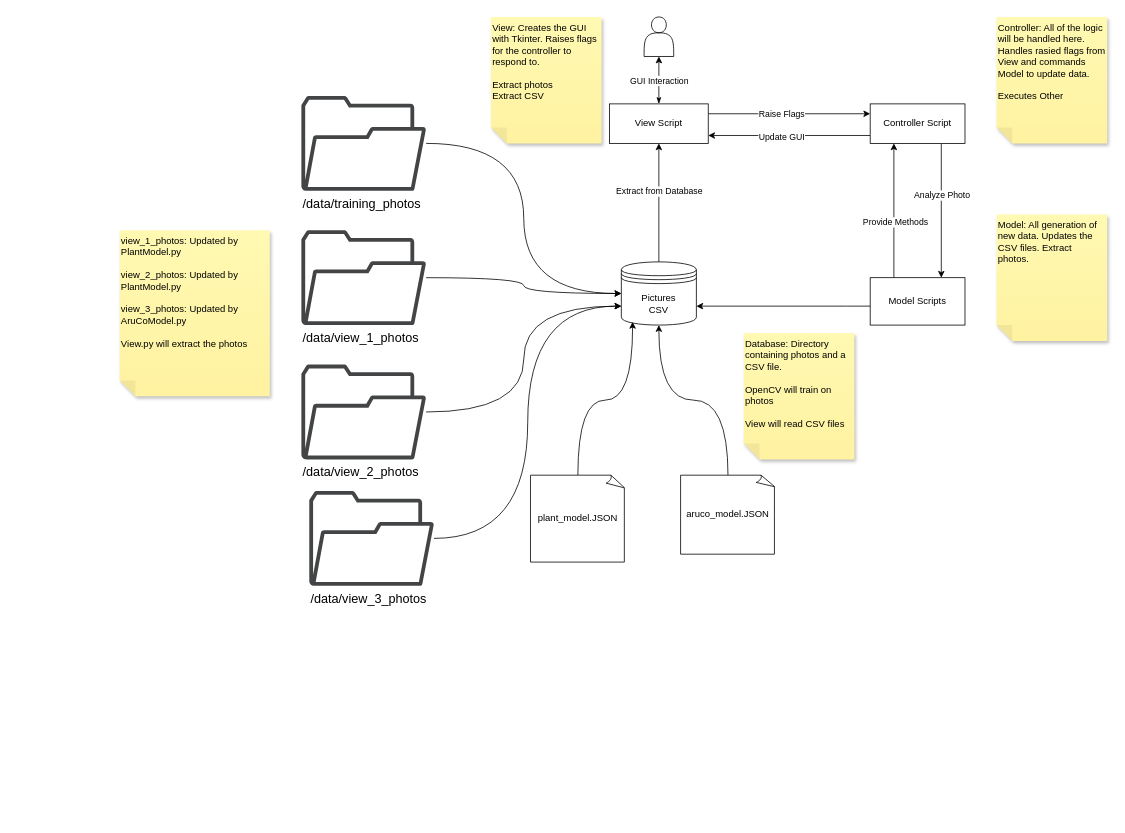
Above: page "System_Overview" (1 of 3) of docs/block_diagram_flower_growth_tracker.drawio in JovanyZepeda/miniature-doodle (draw.io), before the change. Source tidied: cells renumbered, new cells numbered last; positions are measured from the earlier drawing's top-left corner, leaving out a move shared by most shapes. Both pictures are drawn from the tidied source at 79%, with x=0, y=0 at pixel (119, 17).
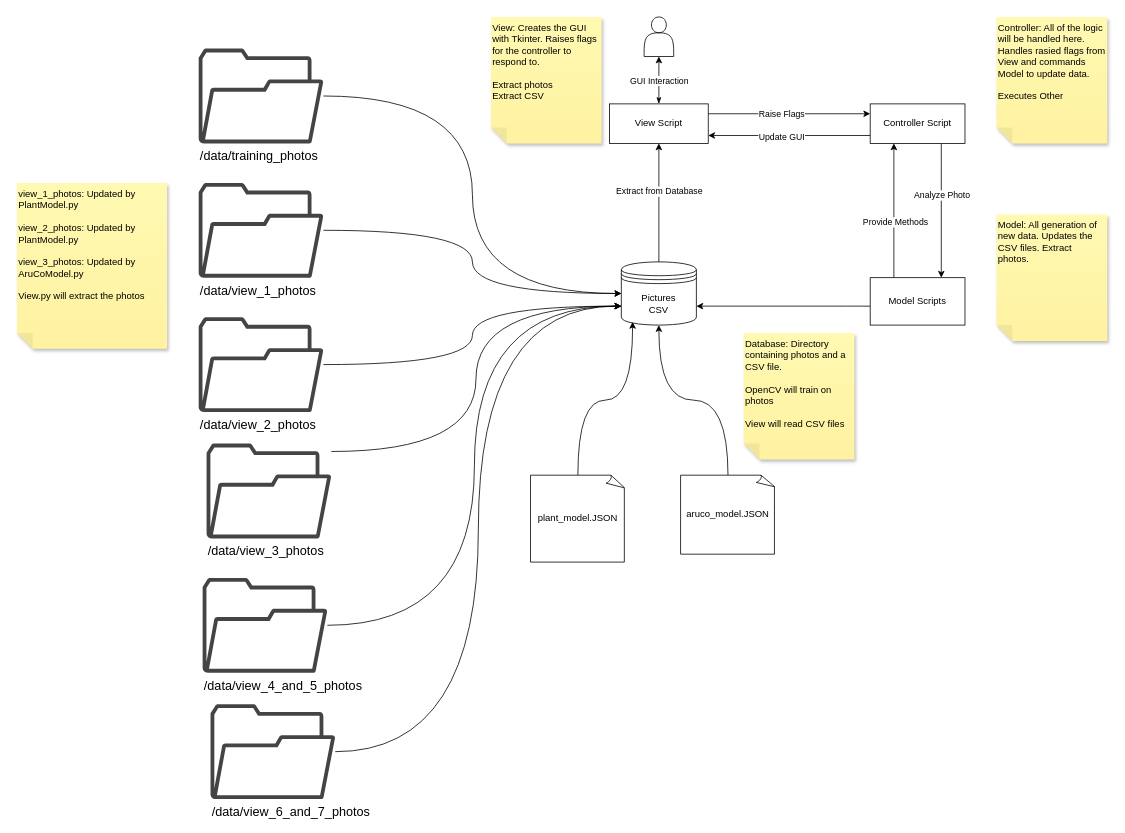
The same page after the edit.

Unchanged cells that the change refers to:
```xml
<mxCell id="15" value="Pictures&lt;br&gt;CSV" style="shape=datastore;whiteSpace=wrap;html=1;" parent="1" vertex="1">
  <mxGeometry x="635" y="310" width="95" height="80" as="geometry" />
</mxCell>
```

What changed in the source:
```diff
@@
     <mxCell id="29" value="/data/training_photos" style="sketch=0;shadow=0;dashed=0;html=1;strokeColor=none;fillColor=#434445;labelPosition=center;verticalLabelPosition=bottom;verticalAlign=top;align=left;outlineConnect=0;shape=mxgraph.vvd.folder;horizontal=1;fontSize=16;" parent="1" vertex="1">
-      <mxGeometry x="230" y="100" width="157.9" height="120" as="geometry" />
+      <mxGeometry x="100" y="40" width="157.9" height="120" as="geometry" />
     </mxCell>
@@
     <mxCell id="31" value="/data/view_1_photos" style="sketch=0;shadow=0;dashed=0;html=1;strokeColor=none;fillColor=#434445;labelPosition=center;verticalLabelPosition=bottom;verticalAlign=top;align=left;outlineConnect=0;shape=mxgraph.vvd.folder;horizontal=1;fontSize=16;" parent="1" vertex="1">
-      <mxGeometry x="230" y="270" width="157.9" height="120" as="geometry" />
+      <mxGeometry x="100" y="210" width="157.9" height="120" as="geometry" />
     </mxCell>
@@
     <mxCell id="33" value="/data/view_2_photos" style="sketch=0;shadow=0;dashed=0;html=1;strokeColor=none;fillColor=#434445;labelPosition=center;verticalLabelPosition=bottom;verticalAlign=top;align=left;outlineConnect=0;shape=mxgraph.vvd.folder;horizontal=1;fontSize=16;" parent="1" vertex="1">
-      <mxGeometry x="230" y="440" width="157.9" height="120" as="geometry" />
+      <mxGeometry x="100" y="380" width="157.9" height="120" as="geometry" />
     </mxCell>
     <mxCell id="34" style="edgeStyle=orthogonalEdgeStyle;rounded=0;jettySize=auto;html=1;entryX=0;entryY=0.7;entryDx=0;entryDy=0;curved=1;" parent="1" edge="1" source="35" target="15">
-      <mxGeometry relative="1" as="geometry" />
+      <mxGeometry relative="1" as="geometry">
+        <Array as="points">
+          <mxPoint x="451" y="550" />
+          <mxPoint x="451" y="366" />
+        </Array>
+      </mxGeometry>
     </mxCell>
     <mxCell id="35" value="/data/view_3_photos" style="sketch=0;shadow=0;dashed=0;html=1;strokeColor=none;fillColor=#434445;labelPosition=center;verticalLabelPosition=bottom;verticalAlign=top;align=left;outlineConnect=0;shape=mxgraph.vvd.folder;horizontal=1;fontSize=16;" parent="1" vertex="1">
-      <mxGeometry x="240" y="600" width="157.9" height="120" as="geometry" />
+      <mxGeometry x="110" y="540" width="157.9" height="120" as="geometry" />
     </mxCell>
     <mxCell id="36" value="view_1_photos: Updated by PlantModel.py&lt;br&gt;&lt;br&gt;view_2_photos: Updated by PlantModel.py&lt;br&gt;&lt;br&gt;view_3_photos: Updated by AruCoModel.py&lt;br&gt;&lt;br&gt;View.py will extract the photos" style="shape=note;whiteSpace=wrap;html=1;backgroundOutline=1;fontColor=#000000;darkOpacity=0.05;fillColor=#FFF9B2;strokeColor=none;fillStyle=solid;direction=west;gradientDirection=north;gradientColor=#FFF2A1;shadow=1;size=20;align=left;verticalAlign=top;" parent="1" vertex="1">
-      <mxGeometry y="270" width="190" height="210" as="geometry" />
+      <mxGeometry x="-130" y="210" width="190" height="210" as="geometry" />
     </mxCell>
+    <mxCell id="37" style="edgeStyle=orthogonalEdgeStyle;rounded=0;jettySize=auto;html=1;entryX=0;entryY=0.7;entryDx=0;entryDy=0;verticalAlign=top;curved=1;" parent="1" edge="1" source="38" target="15">
+      <mxGeometry relative="1" as="geometry" />
+    </mxCell>
+    <mxCell id="38" value="/data/view_6_and_7_photos" style="sketch=0;shadow=0;dashed=0;html=1;strokeColor=none;fillColor=#434445;labelPosition=center;verticalLabelPosition=bottom;verticalAlign=top;align=left;outlineConnect=0;shape=mxgraph.vvd.folder;horizontal=1;fontSize=16;" parent="1" vertex="1">
+      <mxGeometry x="115" y="870" width="157.9" height="120" as="geometry" />
+    </mxCell>
+    <mxCell id="39" style="edgeStyle=orthogonalEdgeStyle;rounded=0;jettySize=auto;html=1;entryX=0;entryY=0.7;entryDx=0;entryDy=0;verticalAlign=top;curved=1;" parent="1" edge="1" source="40" target="15">
+      <mxGeometry relative="1" as="geometry" />
+    </mxCell>
+    <mxCell id="40" value="/data/view_4_and_5_photos" style="sketch=0;shadow=0;dashed=0;html=1;strokeColor=none;fillColor=#434445;labelPosition=center;verticalLabelPosition=bottom;verticalAlign=top;align=left;outlineConnect=0;shape=mxgraph.vvd.folder;horizontal=1;fontSize=16;" parent="1" vertex="1">
+      <mxGeometry x="105" y="710" width="157.9" height="120" as="geometry" />
+    </mxCell>
```
